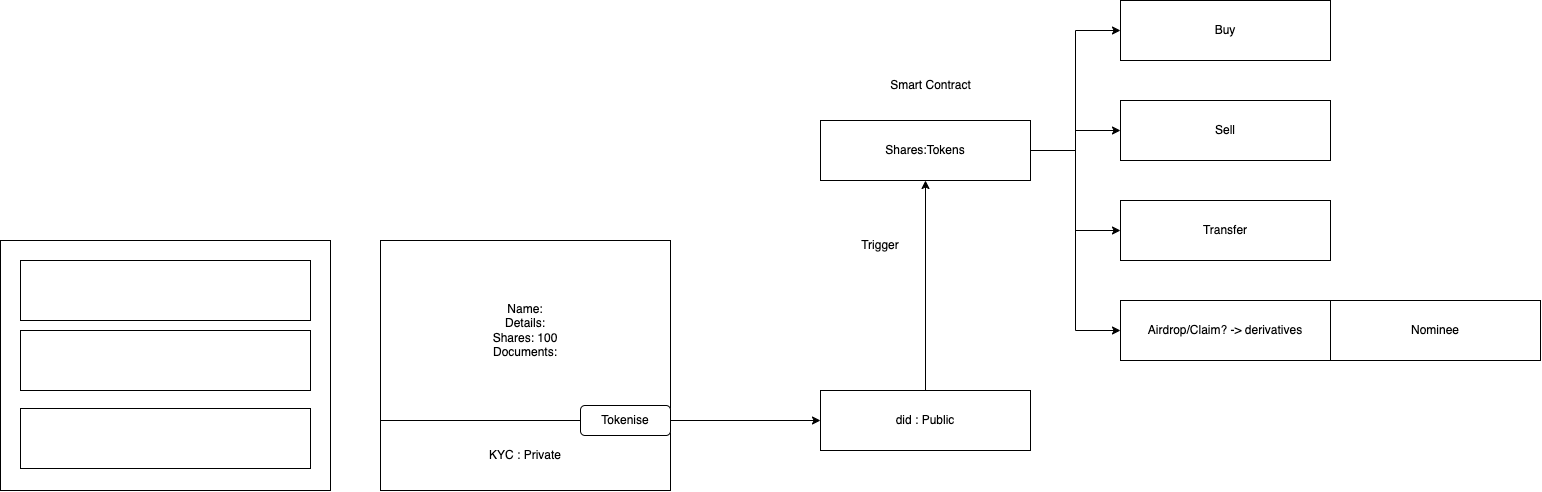
Earlier version of the draw.io export chainvest.drawio.png (PriyathamVarma/chainvest). Source tidied: cells renumbered, new cells last; positions are measured from the earlier drawing's top-left corner, leaving out a move shared by most shapes.
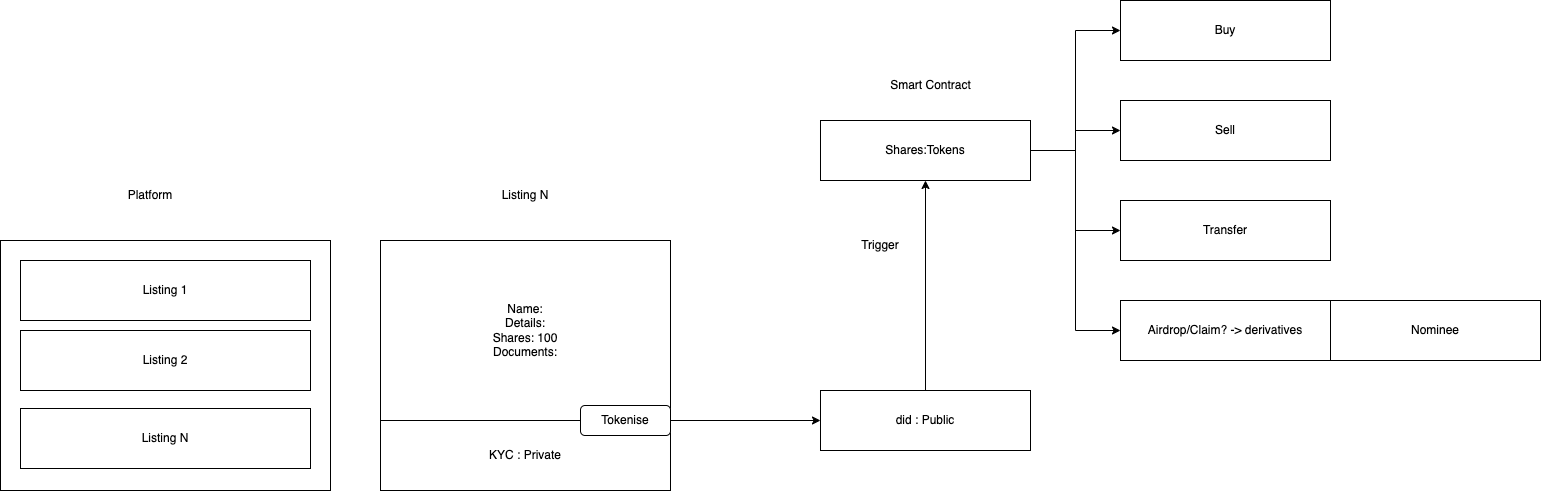
The same diagram one commit later.

Diff of the diagram source:
```diff
@@ -5,7 +5,7 @@
     <mxCell id="2" style="edgeStyle=orthogonalEdgeStyle;rounded=0;jettySize=auto;html=1;entryX=0;entryY=0.5;entryDx=0;entryDy=0;exitX=1;exitY=0.5;exitDx=0;exitDy=0;" parent="1" edge="1" source="19" target="15">
       <mxGeometry relative="1" as="geometry" />
     </mxCell>
-    <mxCell id="3" value="Name:&lt;br&gt;Details:&lt;br&gt;Shares: 100&lt;br&gt;Documents:" style="whiteSpace=wrap;html=1;" parent="1" vertex="1">
+    <mxCell id="3" value="Name:&lt;br&gt;Details:&lt;br&gt;Shares: 100&lt;br&gt;Documents:" style="whiteSpace=wrap;html=1;align=center;" parent="1" vertex="1">
       <mxGeometry x="380" y="240" width="290" height="180" as="geometry" />
     </mxCell>
     <mxCell id="4" style="edgeStyle=orthogonalEdgeStyle;rounded=0;jettySize=auto;html=1;entryX=0;entryY=0.5;entryDx=0;entryDy=0;" parent="1" edge="1" source="8" target="9">
@@ -62,14 +62,20 @@
     <mxCell id="21" style="whiteSpace=wrap;html=1;" parent="20" vertex="1">
       <mxGeometry width="330" height="250" as="geometry" />
     </mxCell>
-    <mxCell id="22" style="whiteSpace=wrap;html=1;" parent="20" vertex="1">
+    <mxCell id="22" value="Listing 1" style="whiteSpace=wrap;html=1;" parent="20" vertex="1">
       <mxGeometry x="20" y="20" width="290" height="60" as="geometry" />
     </mxCell>
-    <mxCell id="23" style="whiteSpace=wrap;html=1;" parent="20" vertex="1">
+    <mxCell id="23" value="Listing 2" style="whiteSpace=wrap;html=1;" parent="20" vertex="1">
       <mxGeometry x="20" y="90" width="290" height="60" as="geometry" />
     </mxCell>
-    <mxCell id="24" style="whiteSpace=wrap;html=1;" parent="20" vertex="1">
+    <mxCell id="24" value="Listing N" style="whiteSpace=wrap;html=1;" parent="20" vertex="1">
       <mxGeometry x="20" y="168" width="290" height="60" as="geometry" />
     </mxCell>
+    <mxCell id="25" value="Platform" style="text;html=1;align=center;verticalAlign=middle;whiteSpace=wrap;rounded=0;" parent="1" vertex="1">
+      <mxGeometry x="120" y="180" width="60" height="30" as="geometry" />
+    </mxCell>
+    <mxCell id="26" value="Listing N" style="text;html=1;align=center;verticalAlign=middle;whiteSpace=wrap;rounded=0;" parent="1" vertex="1">
+      <mxGeometry x="495" y="180" width="60" height="30" as="geometry" />
+    </mxCell>
   </root>
 </mxGraphModel>
```
